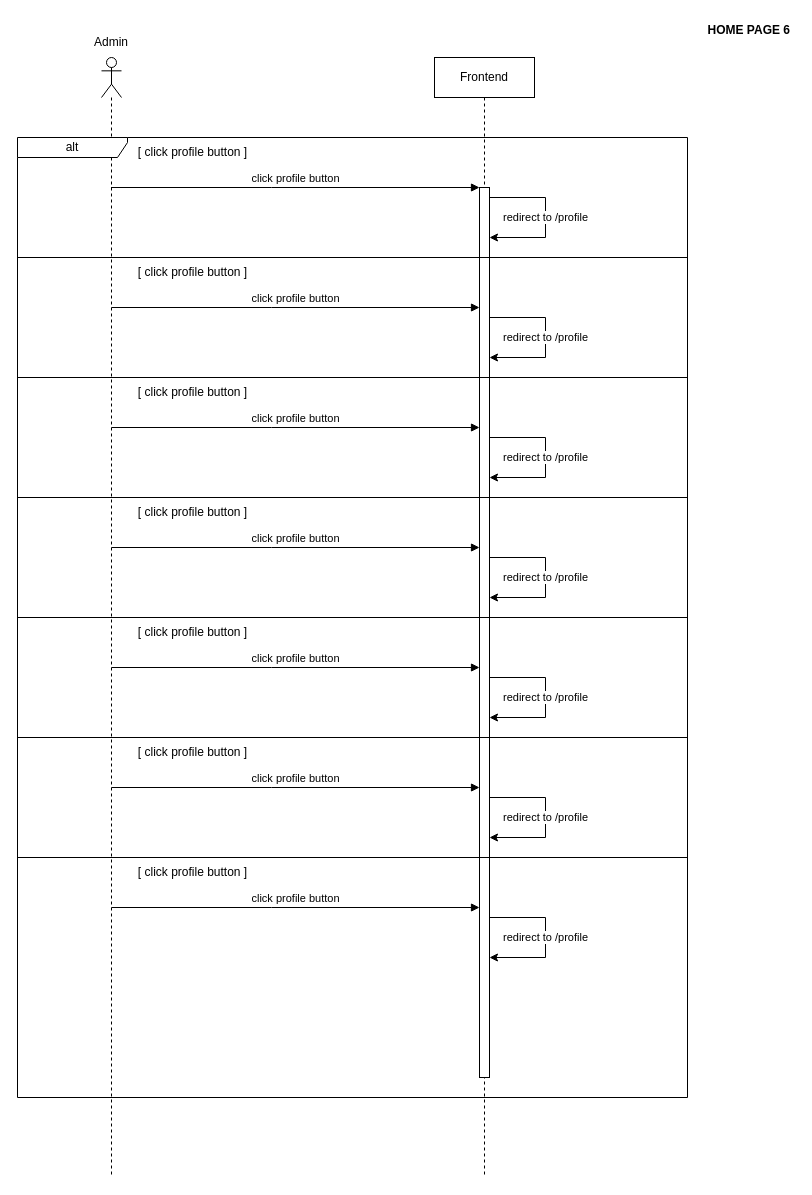
The draw.io diagram page "7 home page" (8 of 14) of docs/artifact/SequentialDiagram/SequentialDiagram.drawio in ssszZ-TH/party_fullstack_docker3, before the edit. Source tidied: cells renumbered, new cells numbered last; positions are measured from the earlier drawing's top-left corner, leaving out a move shared by most shapes. Both pictures are drawn from the tidied source at 100%, with x=0, y=0 at pixel (17, 17).
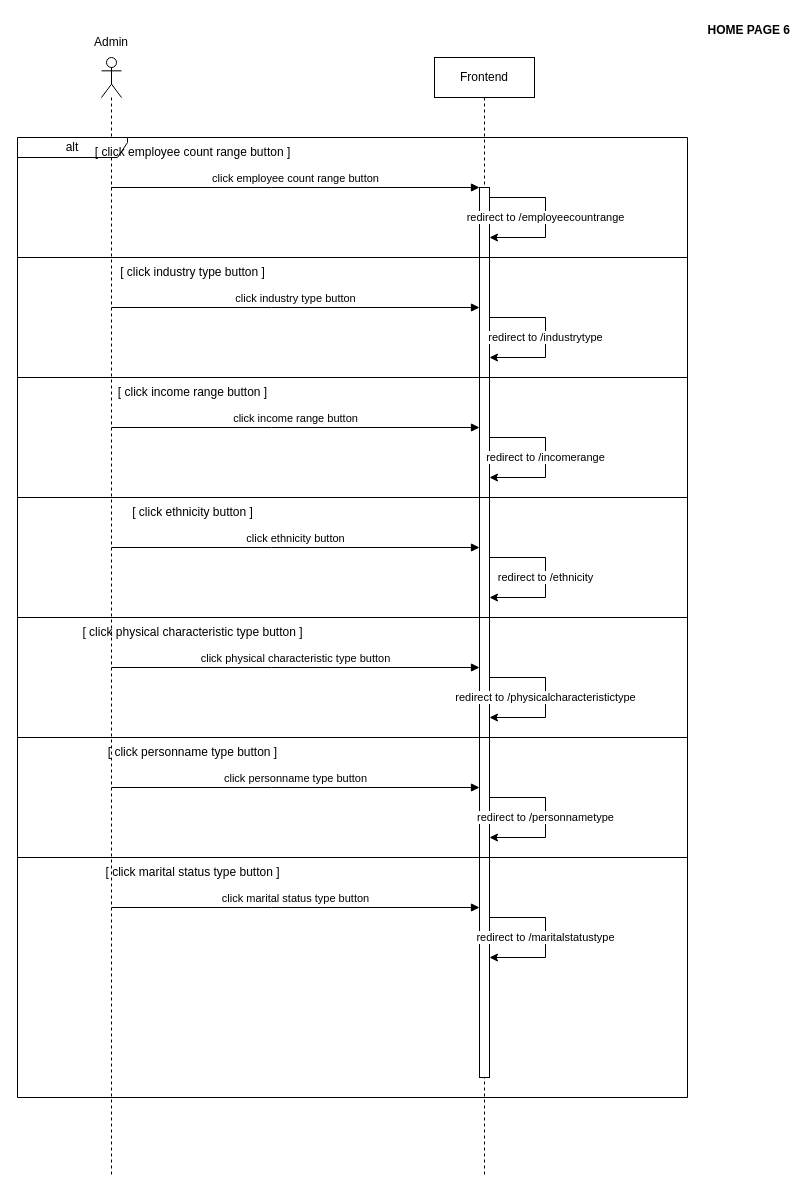
The same page after the edit.

Commit message (it also covers changes not shown here):
docs seq diagram home profile check login fin. party role read CRUD fin but not have activation bar

Unchanged cells that the change refers to:
```xml
<mxCell id="2" style="shape=umlLifeline;perimeter=lifelinePerimeter;whiteSpace=wrap;html=1;outlineConnect=0;portConstraint=eastwest;newEdgeStyle={&quot;curved&quot;:0,&quot;rounded&quot;:0};participant=umlActor;" parent="1" vertex="1">
  <mxGeometry x="84" y="40" width="20" height="1120" as="geometry" />
</mxCell>
<mxCell id="3" value="Frontend" style="shape=umlLifeline;perimeter=lifelinePerimeter;whiteSpace=wrap;html=1;newEdgeStyle={&quot;curved&quot;:0,&quot;rounded&quot;:0};" parent="1" vertex="1">
  <mxGeometry x="417" y="40" width="100" height="1120" as="geometry" />
</mxCell>
<mxCell id="4" style="html=1;points=[[0,0,0,0,5],[0,1,0,0,-5],[1,0,0,0,5],[1,1,0,0,-5]];perimeter=orthogonalPerimeter;outlineConnect=0;targetShapes=umlLifeline;portConstraint=eastwest;newEdgeStyle={&quot;curved&quot;:0,&quot;rounded&quot;:0};" parent="3" vertex="1">
  <mxGeometry x="45" y="130" width="10" height="890" as="geometry" />
</mxCell>
```

Change to the diagram source:
```diff
@@
-    <mxCell id="5" value="redirect to /profile" style="edgeStyle=orthogonalEdgeStyle;rounded=0;orthogonalLoop=1;jettySize=auto;html=1;curved=0;" parent="3" edge="1">
+    <mxCell id="5" value="redirect to /employeecountrange" style="edgeStyle=orthogonalEdgeStyle;rounded=0;orthogonalLoop=1;jettySize=auto;html=1;curved=0;" parent="3" edge="1">
       <mxGeometry relative="1" as="geometry">
         <mxPoint x="55" y="140" as="sourcePoint" />
         <mxPoint x="55" y="180" as="targetPoint" />
         <Array as="points">
           <mxPoint x="111" y="140" />
           <mxPoint x="111" y="180" />
         </Array>
       </mxGeometry>
     </mxCell>
@@
-    <mxCell id="9" value="click profile button" style="html=1;verticalAlign=bottom;endArrow=block;curved=0;rounded=0;" parent="1" edge="1" source="2" target="4">
+    <mxCell id="9" value="click employee count range button" style="html=1;verticalAlign=bottom;endArrow=block;curved=0;rounded=0;" parent="1" edge="1" source="2" target="4">
       <mxGeometry relative="1" as="geometry">
         <Array as="points">
           <mxPoint x="254" y="170" />
         </Array>
       </mxGeometry>
     </mxCell>
@@
-    <mxCell id="11" value="[ click profile button ]" style="text;html=1;align=center;verticalAlign=middle;strokeColor=none;fillColor=none;" parent="1" vertex="1">
-      <mxGeometry x="110" y="120" width="130" height="30" as="geometry" />
+    <mxCell id="11" value="[ click employee count range button ]" style="text;html=1;align=center;verticalAlign=middle;strokeColor=none;fillColor=none;" parent="1" vertex="1">
+      <mxGeometry x="65" y="120" width="220" height="30" as="geometry" />
     </mxCell>
-    <mxCell id="12" value="redirect to /profile" style="edgeStyle=orthogonalEdgeStyle;rounded=0;orthogonalLoop=1;jettySize=auto;html=1;curved=0;" parent="1" edge="1">
+    <mxCell id="12" value="redirect to /industrytype" style="edgeStyle=orthogonalEdgeStyle;rounded=0;orthogonalLoop=1;jettySize=auto;html=1;curved=0;" parent="1" edge="1">
       <mxGeometry relative="1" as="geometry">
         <mxPoint x="472" y="300" as="sourcePoint" />
         <mxPoint x="472" y="340" as="targetPoint" />
         <Array as="points">
           <mxPoint x="528" y="300" />
           <mxPoint x="528" y="340" />
         </Array>
       </mxGeometry>
     </mxCell>
-    <mxCell id="13" value="click profile button" style="html=1;verticalAlign=bottom;endArrow=block;curved=0;rounded=0;" parent="1" edge="1">
+    <mxCell id="13" value="click industry type button" style="html=1;verticalAlign=bottom;endArrow=block;curved=0;rounded=0;" parent="1" edge="1">
       <mxGeometry relative="1" as="geometry">
         <mxPoint x="94" y="290" as="sourcePoint" />
         <mxPoint x="462" y="290" as="targetPoint" />
         <Array as="points">
           <mxPoint x="254" y="290" />
         </Array>
       </mxGeometry>
     </mxCell>
@@
-    <mxCell id="15" value="[ click profile button ]" style="text;html=1;align=center;verticalAlign=middle;strokeColor=none;fillColor=none;" parent="1" vertex="1">
-      <mxGeometry x="110" y="240" width="130" height="30" as="geometry" />
+    <mxCell id="15" value="[ click industry type button ]" style="text;html=1;align=center;verticalAlign=middle;strokeColor=none;fillColor=none;" parent="1" vertex="1">
+      <mxGeometry x="90" y="240" width="170" height="30" as="geometry" />
     </mxCell>
-    <mxCell id="16" value="redirect to /profile" style="edgeStyle=orthogonalEdgeStyle;rounded=0;orthogonalLoop=1;jettySize=auto;html=1;curved=0;" parent="1" edge="1">
+    <mxCell id="16" value="redirect to /incomerange" style="edgeStyle=orthogonalEdgeStyle;rounded=0;orthogonalLoop=1;jettySize=auto;html=1;curved=0;" parent="1" edge="1">
       <mxGeometry relative="1" as="geometry">
         <mxPoint x="472" y="420" as="sourcePoint" />
         <mxPoint x="472" y="460" as="targetPoint" />
         <Array as="points">
           <mxPoint x="528" y="420" />
           <mxPoint x="528" y="460" />
         </Array>
       </mxGeometry>
     </mxCell>
-    <mxCell id="17" value="click profile button" style="html=1;verticalAlign=bottom;endArrow=block;curved=0;rounded=0;" parent="1" edge="1">
+    <mxCell id="17" value="click income range button" style="html=1;verticalAlign=bottom;endArrow=block;curved=0;rounded=0;" parent="1" edge="1">
       <mxGeometry relative="1" as="geometry">
         <mxPoint x="94" y="410" as="sourcePoint" />
         <mxPoint x="462" y="410" as="targetPoint" />
         <Array as="points">
           <mxPoint x="254" y="410" />
         </Array>
       </mxGeometry>
     </mxCell>
@@
-    <mxCell id="19" value="[ click profile button ]" style="text;html=1;align=center;verticalAlign=middle;strokeColor=none;fillColor=none;" parent="1" vertex="1">
-      <mxGeometry x="110" y="360" width="130" height="30" as="geometry" />
+    <mxCell id="19" value="[ click income range button ]" style="text;html=1;align=center;verticalAlign=middle;strokeColor=none;fillColor=none;" parent="1" vertex="1">
+      <mxGeometry x="90" y="360" width="170" height="30" as="geometry" />
     </mxCell>
-    <mxCell id="20" value="redirect to /profile" style="edgeStyle=orthogonalEdgeStyle;rounded=0;orthogonalLoop=1;jettySize=auto;html=1;curved=0;" parent="1" edge="1">
+    <mxCell id="20" value="redirect to /ethnicity" style="edgeStyle=orthogonalEdgeStyle;rounded=0;orthogonalLoop=1;jettySize=auto;html=1;curved=0;" parent="1" edge="1">
       <mxGeometry relative="1" as="geometry">
         <mxPoint x="472" y="540" as="sourcePoint" />
         <mxPoint x="472" y="580" as="targetPoint" />
         <Array as="points">
           <mxPoint x="528" y="540" />
           <mxPoint x="528" y="580" />
         </Array>
       </mxGeometry>
     </mxCell>
-    <mxCell id="21" value="click profile button" style="html=1;verticalAlign=bottom;endArrow=block;curved=0;rounded=0;" parent="1" edge="1">
+    <mxCell id="21" value="click ethnicity button" style="html=1;verticalAlign=bottom;endArrow=block;curved=0;rounded=0;" parent="1" edge="1">
       <mxGeometry relative="1" as="geometry">
         <mxPoint x="94" y="530" as="sourcePoint" />
         <mxPoint x="462" y="530" as="targetPoint" />
         <Array as="points">
           <mxPoint x="254" y="530" />
         </Array>
       </mxGeometry>
     </mxCell>
@@
-    <mxCell id="23" value="[ click profile button ]" style="text;html=1;align=center;verticalAlign=middle;strokeColor=none;fillColor=none;" parent="1" vertex="1">
-      <mxGeometry x="110" y="480" width="130" height="30" as="geometry" />
+    <mxCell id="23" value="[ click ethnicity button ]" style="text;html=1;align=center;verticalAlign=middle;strokeColor=none;fillColor=none;" parent="1" vertex="1">
+      <mxGeometry x="105" y="480" width="140" height="30" as="geometry" />
     </mxCell>
-    <mxCell id="24" value="redirect to /profile" style="edgeStyle=orthogonalEdgeStyle;rounded=0;orthogonalLoop=1;jettySize=auto;html=1;curved=0;" parent="1" edge="1">
+    <mxCell id="24" value="redirect to /physicalcharacteristictype" style="edgeStyle=orthogonalEdgeStyle;rounded=0;orthogonalLoop=1;jettySize=auto;html=1;curved=0;" parent="1" edge="1">
       <mxGeometry relative="1" as="geometry">
         <mxPoint x="472" y="660" as="sourcePoint" />
         <mxPoint x="472" y="700" as="targetPoint" />
         <Array as="points">
           <mxPoint x="528" y="660" />
           <mxPoint x="528" y="700" />
         </Array>
       </mxGeometry>
     </mxCell>
-    <mxCell id="25" value="click profile button" style="html=1;verticalAlign=bottom;endArrow=block;curved=0;rounded=0;" parent="1" edge="1">
+    <mxCell id="25" value="click physical characteristic type button" style="html=1;verticalAlign=bottom;endArrow=block;curved=0;rounded=0;" parent="1" edge="1">
       <mxGeometry relative="1" as="geometry">
         <mxPoint x="94" y="650" as="sourcePoint" />
         <mxPoint x="462" y="650" as="targetPoint" />
         <Array as="points">
           <mxPoint x="254" y="650" />
         </Array>
       </mxGeometry>
     </mxCell>
@@
-    <mxCell id="27" value="[ click profile button ]" style="text;html=1;align=center;verticalAlign=middle;strokeColor=none;fillColor=none;" parent="1" vertex="1">
-      <mxGeometry x="110" y="600" width="130" height="30" as="geometry" />
+    <mxCell id="27" value="[ click physical characteristic type button ]" style="text;html=1;align=center;verticalAlign=middle;strokeColor=none;fillColor=none;" parent="1" vertex="1">
+      <mxGeometry x="55" y="600" width="240" height="30" as="geometry" />
     </mxCell>
-    <mxCell id="28" value="redirect to /profile" style="edgeStyle=orthogonalEdgeStyle;rounded=0;orthogonalLoop=1;jettySize=auto;html=1;curved=0;" parent="1" edge="1">
+    <mxCell id="28" value="redirect to /personnametype" style="edgeStyle=orthogonalEdgeStyle;rounded=0;orthogonalLoop=1;jettySize=auto;html=1;curved=0;" parent="1" edge="1">
       <mxGeometry relative="1" as="geometry">
         <mxPoint x="472" y="780" as="sourcePoint" />
         <mxPoint x="472" y="820" as="targetPoint" />
         <Array as="points">
           <mxPoint x="528" y="780" />
           <mxPoint x="528" y="820" />
         </Array>
       </mxGeometry>
     </mxCell>
-    <mxCell id="29" value="click profile button" style="html=1;verticalAlign=bottom;endArrow=block;curved=0;rounded=0;" parent="1" edge="1">
+    <mxCell id="29" value="click personname type button" style="html=1;verticalAlign=bottom;endArrow=block;curved=0;rounded=0;" parent="1" edge="1">
       <mxGeometry relative="1" as="geometry">
         <mxPoint x="94" y="770" as="sourcePoint" />
         <mxPoint x="462" y="770" as="targetPoint" />
         <Array as="points">
           <mxPoint x="254" y="770" />
         </Array>
       </mxGeometry>
     </mxCell>
@@
-    <mxCell id="31" value="[ click profile button ]" style="text;html=1;align=center;verticalAlign=middle;strokeColor=none;fillColor=none;" parent="1" vertex="1">
-      <mxGeometry x="110" y="720" width="130" height="30" as="geometry" />
+    <mxCell id="31" value="[ click personname type button ]" style="text;html=1;align=center;verticalAlign=middle;strokeColor=none;fillColor=none;" parent="1" vertex="1">
+      <mxGeometry x="80" y="720" width="190" height="30" as="geometry" />
     </mxCell>
-    <mxCell id="32" value="redirect to /profile" style="edgeStyle=orthogonalEdgeStyle;rounded=0;orthogonalLoop=1;jettySize=auto;html=1;curved=0;" parent="1" edge="1">
+    <mxCell id="32" value="redirect to /maritalstatustype" style="edgeStyle=orthogonalEdgeStyle;rounded=0;orthogonalLoop=1;jettySize=auto;html=1;curved=0;" parent="1" edge="1">
       <mxGeometry relative="1" as="geometry">
         <mxPoint x="472" y="900" as="sourcePoint" />
         <mxPoint x="472" y="940" as="targetPoint" />
         <Array as="points">
           <mxPoint x="528" y="900" />
           <mxPoint x="528" y="940" />
         </Array>
       </mxGeometry>
     </mxCell>
-    <mxCell id="33" value="click profile button" style="html=1;verticalAlign=bottom;endArrow=block;curved=0;rounded=0;" parent="1" edge="1">
+    <mxCell id="33" value="click marital status type button" style="html=1;verticalAlign=bottom;endArrow=block;curved=0;rounded=0;" parent="1" edge="1">
       <mxGeometry relative="1" as="geometry">
         <mxPoint x="94" y="890" as="sourcePoint" />
         <mxPoint x="462" y="890" as="targetPoint" />
         <Array as="points">
           <mxPoint x="254" y="890" />
         </Array>
       </mxGeometry>
     </mxCell>
-    <mxCell id="34" value="[ click profile button ]" style="text;html=1;align=center;verticalAlign=middle;strokeColor=none;fillColor=none;" parent="1" vertex="1">
-      <mxGeometry x="110" y="840" width="130" height="30" as="geometry" />
+    <mxCell id="34" value="[ click marital status type button ]" style="text;html=1;align=center;verticalAlign=middle;strokeColor=none;fillColor=none;" parent="1" vertex="1">
+      <mxGeometry x="75" y="840" width="200" height="30" as="geometry" />
     </mxCell>
```
